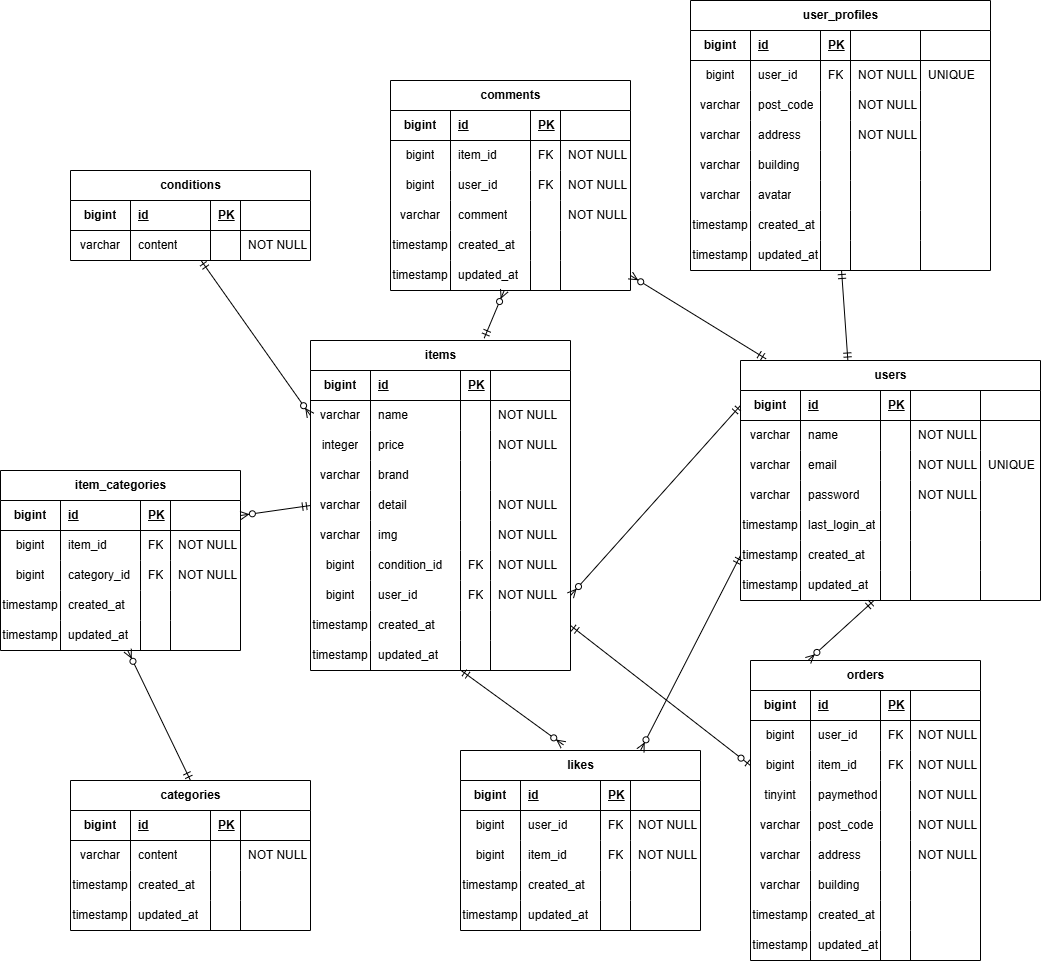
This is docs/er.drawio.png from Shuta0105/coachtech-freemarket, a draw.io export, as it was before one commit. Source tidied: cells renumbered, new cells last; positions are measured from the earlier drawing's top-left corner, leaving out a move shared by most shapes.
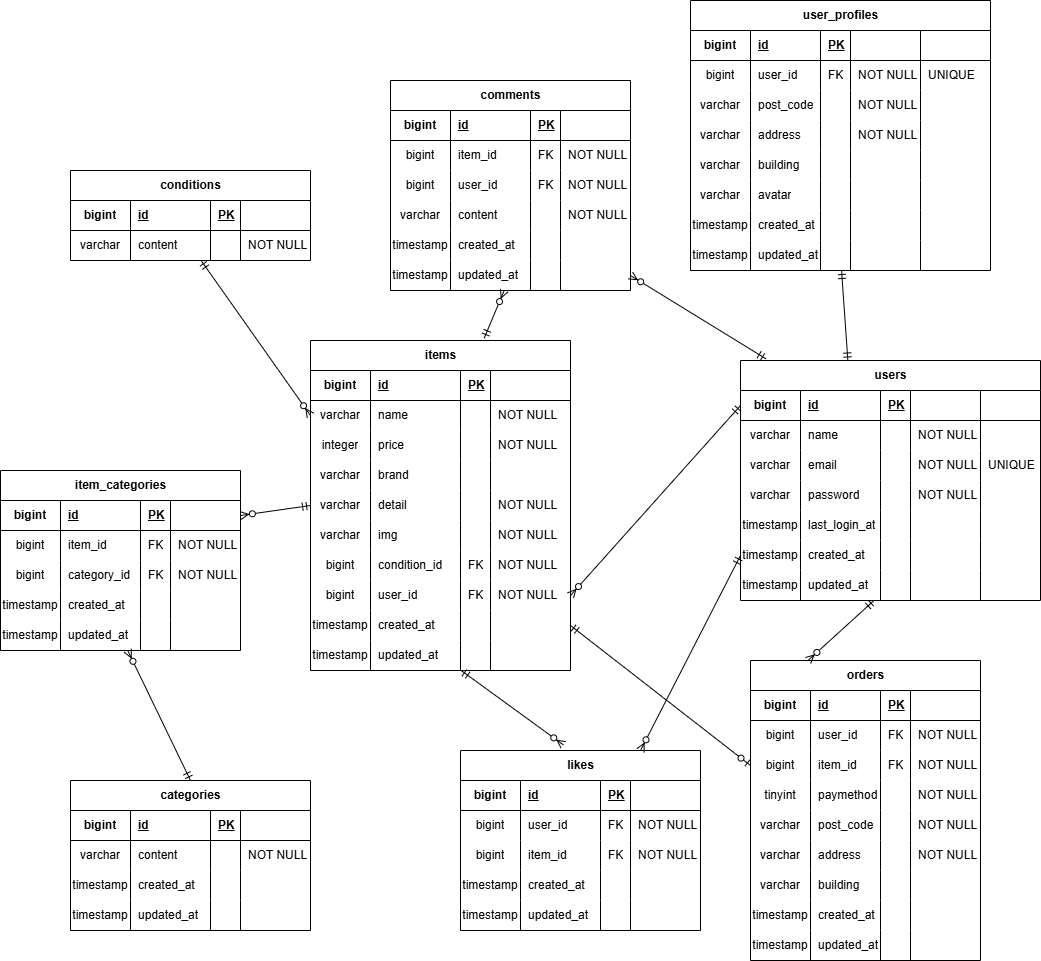
After the change.

Change to the diagram source:
```diff
@@ -617,7 +617,7 @@
     <mxCell id="206" value="varchar" style="shape=partialRectangle;fillColor=none;top=0;left=0;bottom=0;right=0;overflow=hidden;whiteSpace=wrap;html=1;" parent="205" vertex="1">
       <mxGeometry width="60" height="30" as="geometry" />
     </mxCell>
-    <mxCell id="207" value="comment" style="shape=partialRectangle;fillColor=none;top=0;left=0;bottom=0;right=0;align=left;spacingLeft=6;overflow=hidden;whiteSpace=wrap;html=1;" parent="205" vertex="1">
+    <mxCell id="207" value="content" style="shape=partialRectangle;fillColor=none;top=0;left=0;bottom=0;right=0;align=left;spacingLeft=6;overflow=hidden;whiteSpace=wrap;html=1;" parent="205" vertex="1">
       <mxGeometry x="60" width="80" height="30" as="geometry" />
     </mxCell>
     <mxCell id="208" style="shape=partialRectangle;fillColor=none;top=0;left=0;bottom=0;right=0;align=left;spacingLeft=6;overflow=hidden;whiteSpace=wrap;html=1;" parent="205" vertex="1">
```
